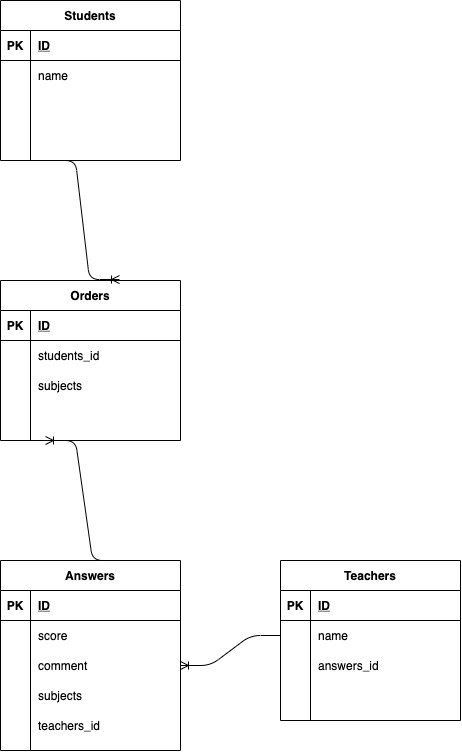
Above: index.drawio.png in pcrmckp/table_design (draw.io), before the change. Source tidied: cells renumbered, new cells last; positions are measured from the earlier drawing's top-left corner, leaving out a move shared by most shapes.
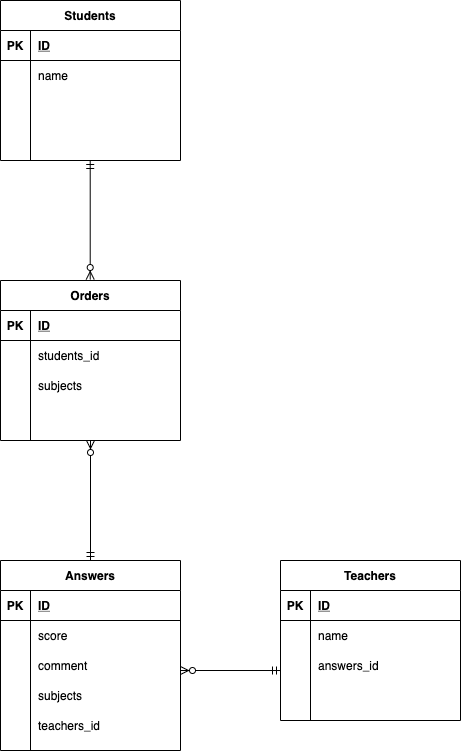
The same file after the commit.

Diff of the diagram source:
```diff
@@ -167,14 +167,21 @@
     <mxCell id="56" value="teachers_id" style="shape=partialRectangle;fillColor=none;top=0;left=0;bottom=0;right=0;align=left;spacingLeft=6;overflow=hidden;" parent="54" vertex="1">
       <mxGeometry x="30" width="150" height="30" as="geometry" />
     </mxCell>
-    <mxCell id="57" style="edgeStyle=entityRelationEdgeStyle;fontSize=12;html=1;endArrow=ERoneToMany;exitX=0.678;exitY=0;exitDx=0;exitDy=0;exitPerimeter=0;entryX=0.25;entryY=1;entryDx=0;entryDy=0;" parent="1" edge="1" source="41" target="28">
-      <mxGeometry relative="1" as="geometry" />
-    </mxCell>
-    <mxCell id="58" style="edgeStyle=entityRelationEdgeStyle;fontSize=12;html=1;endArrow=ERoneToMany;exitX=0.25;exitY=1;exitDx=0;exitDy=0;entryX=0.661;entryY=-0.006;entryDx=0;entryDy=0;entryPerimeter=0;" parent="1" edge="1" source="2" target="28">
-      <mxGeometry relative="1" as="geometry" />
-    </mxCell>
-    <mxCell id="59" style="edgeStyle=entityRelationEdgeStyle;fontSize=12;html=1;endArrow=ERoneToMany;exitX=0;exitY=0.5;exitDx=0;exitDy=0;entryX=1;entryY=0.5;entryDx=0;entryDy=0;" parent="1" edge="1" source="19" target="48">
-      <mxGeometry relative="1" as="geometry" />
-    </mxCell>
+    <mxCell id="60" style="fontSize=12;html=1;endArrow=ERzeroToMany;startArrow=ERmandOne;" parent="1" edge="1">
+      <mxGeometry relative="1" as="geometry">
+        <mxPoint x="89.7" y="160" as="sourcePoint" />
+        <mxPoint x="89.7" y="279" as="targetPoint" />
+      </mxGeometry>
+    </mxCell>
+    <mxCell id="61" style="fontSize=12;html=1;endArrow=ERzeroToMany;startArrow=ERmandOne;exitX=0;exitY=0.667;exitDx=0;exitDy=0;exitPerimeter=0;" parent="1" edge="1" source="22">
+      <mxGeometry relative="1" as="geometry">
+        <mxPoint x="180" y="670" as="targetPoint" />
+      </mxGeometry>
+    </mxCell>
+    <mxCell id="62" style="fontSize=12;html=1;endArrow=ERzeroToMany;startArrow=ERmandOne;entryX=0.5;entryY=1;entryDx=0;entryDy=0;" parent="1" edge="1" target="28">
+      <mxGeometry relative="1" as="geometry">
+        <mxPoint x="90" y="560" as="sourcePoint" />
+      </mxGeometry>
+    </mxCell>
   </root>
 </mxGraphModel>
```
